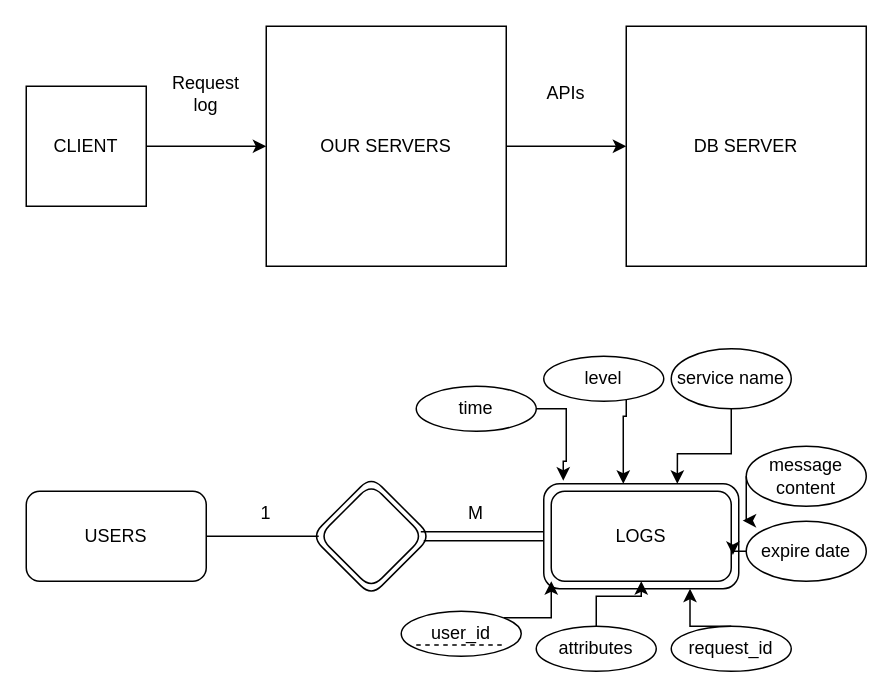
Above: finalproject.drawio in raneemkhalil/FTS-finalproject (draw.io), before the change. Source tidied: cells renumbered, new cells numbered last; positions are measured from the earlier drawing's top-left corner, leaving out a move shared by most shapes. Both pictures are drawn from the tidied source at 150%, with x=0, y=0 at pixel (26, 26).
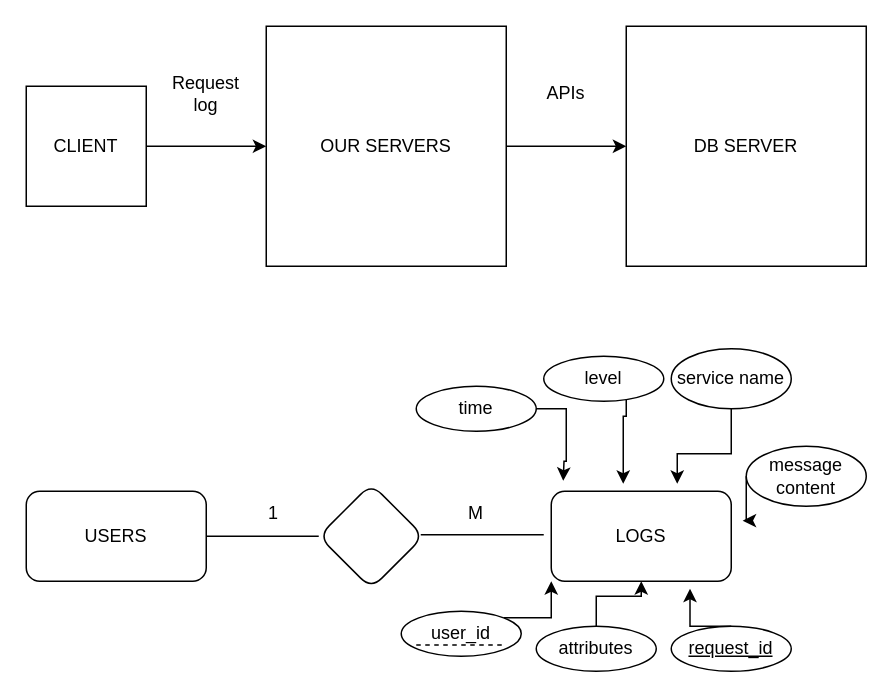
The same diagram, later.

Unchanged cells that the change refers to:
```xml
<mxCell id="19" value="time" style="ellipse;whiteSpace=wrap;html=1;shapeInside=1;" parent="1" vertex="1">
  <mxGeometry x="260" y="240" width="80" height="30" as="geometry" />
</mxCell>
<mxCell id="22" value="message content" style="ellipse;whiteSpace=wrap;html=1;shapeInside=1;" parent="1" vertex="1">
  <mxGeometry x="480" y="280" width="80" height="40" as="geometry" />
</mxCell>
<mxCell id="25" value="level" style="ellipse;whiteSpace=wrap;html=1;shapeInside=1;" parent="1" vertex="1">
  <mxGeometry x="345" y="220" width="80" height="30" as="geometry" />
</mxCell>
<mxCell id="26" value="service name" style="ellipse;whiteSpace=wrap;html=1;shapeInside=1;" parent="1" vertex="1">
  <mxGeometry x="430" y="215" width="80" height="40" as="geometry" />
</mxCell>
```

Change to the diagram source:
```diff
@@
-    <mxCell id="2" style="rounded=1;whiteSpace=wrap;html=1;" parent="1" vertex="1">
-      <mxGeometry x="345" y="305" width="130" height="70" as="geometry" />
-    </mxCell>
@@
-    <mxCell id="12" style="rhombus;whiteSpace=wrap;html=1;shapeInside=1;rounded=1;" parent="1" vertex="1">
-      <mxGeometry x="190" y="300" width="80" height="80" as="geometry" />
-    </mxCell>
@@
-    <mxCell id="15" style="endArrow=none;html=1;rounded=0;exitX=0.938;exitY=0.625;exitDx=0;exitDy=0;entryX=0;entryY=0.5;entryDx=0;entryDy=0;exitPerimeter=0;" parent="1" edge="1">
-      <mxGeometry relative="1" as="geometry">
-        <mxPoint x="265" y="343" as="sourcePoint" />
-        <mxPoint x="345" y="343" as="targetPoint" />
-      </mxGeometry>
-    </mxCell>
-    <mxCell id="16" style="endArrow=none;html=1;rounded=0;entryX=0;entryY=0.5;entryDx=0;entryDy=0;exitX=0.913;exitY=0.463;exitDx=0;exitDy=0;exitPerimeter=0;" parent="1" edge="1" source="12">
+    <mxCell id="16" style="endArrow=none;html=1;rounded=0;entryX=0;entryY=0.5;entryDx=0;entryDy=0;exitX=0.913;exitY=0.463;exitDx=0;exitDy=0;exitPerimeter=0;" parent="1" edge="1">
       <mxGeometry relative="1" as="geometry">
-        <mxPoint x="345" y="337" as="targetPoint" />
+        <mxPoint x="263" y="339" as="sourcePoint" />
+        <mxPoint x="345" y="339" as="targetPoint" />
       </mxGeometry>
     </mxCell>
     <mxCell id="17" value="1" style="text;html=1;whiteSpace=wrap;strokeColor=none;fillColor=none;align=center;verticalAlign=middle;rounded=0;" parent="1" vertex="1">
-      <mxGeometry x="130" y="310" width="60" height="30" as="geometry" />
+      <mxGeometry x="130" y="310" width="70" height="30" as="geometry" />
     </mxCell>
@@
-    <mxCell id="20" style="edgeStyle=orthogonalEdgeStyle;rounded=0;jettySize=auto;html=1;entryX=0.1;entryY=-0.029;entryDx=0;entryDy=0;entryPerimeter=0;" parent="1" edge="1" source="19" target="2">
-      <mxGeometry relative="1" as="geometry" />
+    <mxCell id="20" style="edgeStyle=orthogonalEdgeStyle;rounded=0;jettySize=auto;html=1;entryX=0.1;entryY=-0.029;entryDx=0;entryDy=0;entryPerimeter=0;" parent="1" edge="1" source="19">
+      <mxGeometry relative="1" as="geometry">
+        <mxPoint x="358" y="303" as="targetPoint" />
+      </mxGeometry>
     </mxCell>
-    <mxCell id="21" style="edgeStyle=orthogonalEdgeStyle;rounded=0;jettySize=auto;html=1;entryX=1.02;entryY=0.351;entryDx=0;entryDy=0;entryPerimeter=0;" parent="1" edge="1" source="22" target="2">
+    <mxCell id="21" style="edgeStyle=orthogonalEdgeStyle;rounded=0;jettySize=auto;html=1;entryX=1.02;entryY=0.351;entryDx=0;entryDy=0;entryPerimeter=0;" parent="1" edge="1" source="22">
       <mxGeometry relative="1" as="geometry">
+        <mxPoint x="477.6" y="329.6" as="targetPoint" />
         <Array as="points">
           <mxPoint x="480" y="329.6" />
         </Array>
       </mxGeometry>
     </mxCell>
@@
-    <mxCell id="27" style="edgeStyle=orthogonalEdgeStyle;rounded=0;jettySize=auto;html=1;entryX=0.408;entryY=0;entryDx=0;entryDy=0;entryPerimeter=0;" parent="1" edge="1" source="25" target="2">
+    <mxCell id="27" style="edgeStyle=orthogonalEdgeStyle;rounded=0;jettySize=auto;html=1;entryX=0.408;entryY=0;entryDx=0;entryDy=0;entryPerimeter=0;" parent="1" edge="1" source="25">
       <mxGeometry relative="1" as="geometry">
+        <mxPoint x="398" y="305" as="targetPoint" />
         <Array as="points">
           <mxPoint x="400" y="260" />
           <mxPoint x="398" y="260" />
         </Array>
       </mxGeometry>
     </mxCell>
-    <mxCell id="28" style="edgeStyle=orthogonalEdgeStyle;rounded=0;jettySize=auto;html=1;exitX=0.5;exitY=1;exitDx=0;exitDy=0;entryX=0.685;entryY=0;entryDx=0;entryDy=0;entryPerimeter=0;" parent="1" edge="1" source="26" target="2">
+    <mxCell id="28" style="edgeStyle=orthogonalEdgeStyle;rounded=0;jettySize=auto;html=1;exitX=0.5;exitY=1;exitDx=0;exitDy=0;entryX=0.685;entryY=0;entryDx=0;entryDy=0;entryPerimeter=0;" parent="1" edge="1" source="26">
       <mxGeometry relative="1" as="geometry">
+        <mxPoint x="434" y="305" as="targetPoint" />
         <Array as="points">
           <mxPoint x="470" y="285" />
           <mxPoint x="434.1" y="285" />
         </Array>
       </mxGeometry>
     </mxCell>
-    <mxCell id="29" style="edgeStyle=orthogonalEdgeStyle;rounded=0;jettySize=auto;html=1;exitX=0.5;exitY=0;exitDx=0;exitDy=0;entryX=0.75;entryY=1;entryDx=0;entryDy=0;" parent="1" edge="1" source="30" target="2">
-      <mxGeometry relative="1" as="geometry" />
+    <mxCell id="29" style="edgeStyle=orthogonalEdgeStyle;rounded=0;jettySize=auto;html=1;exitX=0.5;exitY=0;exitDx=0;exitDy=0;entryX=0.75;entryY=1;entryDx=0;entryDy=0;" parent="1" edge="1" source="30">
+      <mxGeometry relative="1" as="geometry">
+        <mxPoint x="442.5" y="375" as="targetPoint" />
+      </mxGeometry>
     </mxCell>
-    <mxCell id="30" value="request_id" style="ellipse;whiteSpace=wrap;html=1;shapeInside=1;" parent="1" vertex="1">
+    <mxCell id="30" value="&lt;u&gt;request_id&lt;/u&gt;" style="ellipse;whiteSpace=wrap;html=1;shapeInside=1;" parent="1" vertex="1">
       <mxGeometry x="430" y="400" width="80" height="30" as="geometry" />
     </mxCell>
@@
-    <mxCell id="34" value="expire date" style="ellipse;whiteSpace=wrap;html=1;shapeInside=1;" parent="1" vertex="1">
-      <mxGeometry x="480" y="330" width="80" height="40" as="geometry" />
-    </mxCell>
-    <mxCell id="35" style="edgeStyle=orthogonalEdgeStyle;rounded=0;orthogonalLoop=1;jettySize=auto;html=1;exitX=0;exitY=0.5;exitDx=0;exitDy=0;entryX=0;entryY=0.5;entryDx=0;entryDy=0;" parent="1" edge="1" source="34" target="34">
-      <mxGeometry relative="1" as="geometry" />
+    <mxCell id="35" style="edgeStyle=orthogonalEdgeStyle;rounded=0;orthogonalLoop=1;jettySize=auto;html=1;exitX=0;exitY=0.5;exitDx=0;exitDy=0;entryX=0;entryY=0.5;entryDx=0;entryDy=0;" parent="1" edge="1">
+      <mxGeometry relative="1" as="geometry">
+        <mxPoint x="480" y="350" as="sourcePoint" />
+        <mxPoint x="480" y="350" as="targetPoint" />
+      </mxGeometry>
     </mxCell>
-    <mxCell id="36" style="edgeStyle=orthogonalEdgeStyle;rounded=0;jettySize=auto;html=1;exitX=0;exitY=0.5;exitDx=0;exitDy=0;entryX=0.97;entryY=0.678;entryDx=0;entryDy=0;entryPerimeter=0;" parent="1" edge="1" source="34" target="2">
-      <mxGeometry relative="1" as="geometry" />
-    </mxCell>
```
